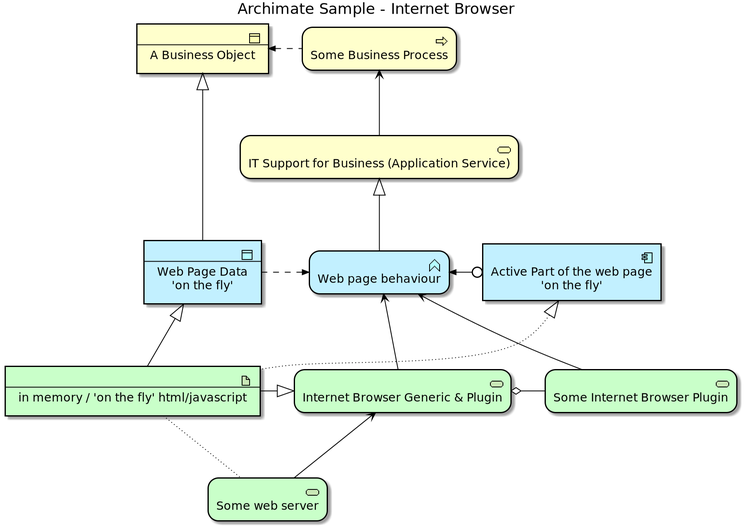
Earlier version of the PlantUML export images/Archimate Sample - Internet Browser.png (plantuml-stdlib/Archimate-PlantUML). The source it was exported from:
```plantuml
@startuml


skinparam defaultTextAlignment center
skinparam wrapWidth 400
skinparam maxMessageSize 150
skinparam StereotypeAlignment right

skinparam Arrow {
    Color #000000
    FontColor #000000
    FontSize 12
}
skinparam Folder<<grouping>> {
    Shadowing true
    StereotypeFontSize 0
    FontColor #444444
    BorderColor #444444
    BorderStyle dashed
}
skinparam Folder<<group>> {
    Shadowing true
    StereotypeFontSize 0
    FontColor #444444
    BackgroundColor lightgrey
}
skinparam rectangle<<boundary>> {
    Shadowing false
    StereotypeFontSize 0
    FontColor #444444
    BorderColor #444444
    BorderStyle dashed
}
skinparam node {
  StereotypeAlignment right
}
skinparam cloud {
  StereotypeAlignment right
}
skinparam frame {
  StereotypeAlignment right
}
skinparam archimate {
  StereotypeAlignment right
  RoundCorner<<strategy-capability>> 25
  RoundCorner<<strategy-course-of-action>> 25
  RoundCorner<<strategy-value-stream>> 25
  RoundCorner<<business-process>> 25
  RoundCorner<<business-event>> 25
  RoundCorner<<business-function>> 25
  RoundCorner<<business-interaction>> 25
  RoundCorner<<business-event>> 25
  RoundCorner<<business-service>> 25
  RoundCorner<<application-function>> 25
  RoundCorner<<application-interaction>> 25
  RoundCorner<<application-process>> 25
  RoundCorner<<application-event>> 25
  RoundCorner<<application-service>> 25
  RoundCorner<<technology-function>> 25
  RoundCorner<<technology-process>> 25
  RoundCorner<<technology-interaction>> 25
  RoundCorner<<technology-event>> 25
  RoundCorner<<technology-infra-service>> 25
  RoundCorner<<implementation-workpackage>> 25
  RoundCorner<<implementation-event>> 25
  DiagonalCorner<<motivation-stakeholder>> 12
  DiagonalCorner<<motivation-driver>> 12
  DiagonalCorner<<motivation-assessment>> 12
  DiagonalCorner<<motivation-goal>> 12
  DiagonalCorner<<motivation-outcome>> 12
  DiagonalCorner<<motivation-principle>> 12
  DiagonalCorner<<motivation-requirement>> 12
  DiagonalCorner<<motivation-constraint>> 12
}
skinparam usecase {
  BorderColor #000000
}





























title Archimate Sample - Internet Browser


archimate #BUSINESS "----\n A Business Object" <<business-object>> as businessObject
archimate #BUSINESS "Some Business Process" <<business-process>> as someBusinessProcess
archimate #BUSINESS "IT Support for Business (Application Service)" <<business-service>> as itSupportService

archimate #APPLICATION "----\n Web Page Data \n 'on the fly'" <<application-data-object>> as dataObject
archimate #APPLICATION "Web page behaviour" <<application-function>> as webpageBehaviour
archimate #APPLICATION "Active Part of the web page \n 'on the fly'" <<application-component>> as ActivePartWebPage

archimate #TECHNOLOGY "----\n in memory / 'on the fly' html/javascript" <<technology-artifact>> as inMemoryItem
archimate #TECHNOLOGY "Internet Browser Generic & Plugin" <<technology-infra-service>> as internetBrowser
archimate #TECHNOLOGY "Some Internet Browser Plugin" <<technology-infra-service>> as internetBrowserPlugin
archimate #TECHNOLOGY "Some web server" <<technology-infra-service>> as webServer

someBusinessProcess .LEFT.>> businessObject : ""
itSupportService -UP-> someBusinessProcess : ""
webpageBehaviour -UP-|> itSupportService : ""
dataObject .RIGHT.>> webpageBehaviour : ""
dataObject -UP-|> businessObject : ""
ActivePartWebPage 0-LEFT->> webpageBehaviour : ""
inMemoryItem -UP-|> dataObject : ""
inMemoryItem ~UP~|> ActivePartWebPage : ""
inMemoryItem -RIGHT-|> internetBrowser : ""
internetBrowser -UP-> webpageBehaviour : ""
internetBrowserPlugin -UP-> webpageBehaviour : ""
internetBrowser o-RIGHT- internetBrowserPlugin : ""
webServer ~UP~ inMemoryItem : ""
webServer -UP-> internetBrowser : ""

@enduml
```
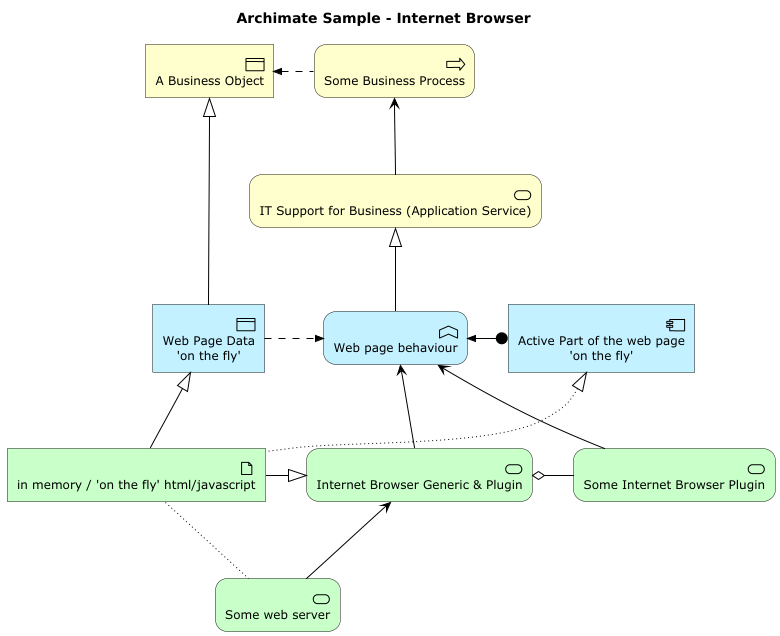
The same file after the commit.

Diff of the diagram source:
```diff
@@ -1,138 +1,35 @@
-@startuml
-
-
-skinparam defaultTextAlignment center
-skinparam wrapWidth 400
-skinparam maxMessageSize 150
-skinparam StereotypeAlignment right
-
-skinparam Arrow {
-    Color #000000
-    FontColor #000000
-    FontSize 12
-}
-skinparam Folder<<grouping>> {
-    Shadowing true
-    StereotypeFontSize 0
-    FontColor #444444
-    BorderColor #444444
-    BorderStyle dashed
-}
-skinparam Folder<<group>> {
-    Shadowing true
-    StereotypeFontSize 0
-    FontColor #444444
-    BackgroundColor lightgrey
-}
-skinparam rectangle<<boundary>> {
-    Shadowing false
-    StereotypeFontSize 0
-    FontColor #444444
-    BorderColor #444444
-    BorderStyle dashed
-}
-skinparam node {
-  StereotypeAlignment right
-}
-skinparam cloud {
-  StereotypeAlignment right
-}
-skinparam frame {
-  StereotypeAlignment right
-}
-skinparam archimate {
-  StereotypeAlignment right
-  RoundCorner<<strategy-capability>> 25
-  RoundCorner<<strategy-course-of-action>> 25
-  RoundCorner<<strategy-value-stream>> 25
-  RoundCorner<<business-process>> 25
-  RoundCorner<<business-event>> 25
-  RoundCorner<<business-function>> 25
-  RoundCorner<<business-interaction>> 25
-  RoundCorner<<business-event>> 25
-  RoundCorner<<business-service>> 25
-  RoundCorner<<application-function>> 25
-  RoundCorner<<application-interaction>> 25
-  RoundCorner<<application-process>> 25
-  RoundCorner<<application-event>> 25
-  RoundCorner<<application-service>> 25
-  RoundCorner<<technology-function>> 25
-  RoundCorner<<technology-process>> 25
-  RoundCorner<<technology-interaction>> 25
-  RoundCorner<<technology-event>> 25
-  RoundCorner<<technology-infra-service>> 25
-  RoundCorner<<implementation-workpackage>> 25
-  RoundCorner<<implementation-event>> 25
-  DiagonalCorner<<motivation-stakeholder>> 12
-  DiagonalCorner<<motivation-driver>> 12
-  DiagonalCorner<<motivation-assessment>> 12
-  DiagonalCorner<<motivation-goal>> 12
-  DiagonalCorner<<motivation-outcome>> 12
-  DiagonalCorner<<motivation-principle>> 12
-  DiagonalCorner<<motivation-requirement>> 12
-  DiagonalCorner<<motivation-constraint>> 12
-}
-skinparam usecase {
-  BorderColor #000000
-}
-
-
-
-
-
-
-
-
-
-
-
-
-
-
-
-
-
-
-
-
-
-
-
-
-
-
-
-
+@startuml Internet Browser Sample
+!include ../Archimate.puml
 
 title Archimate Sample - Internet Browser
 
 
-archimate #BUSINESS "----\n A Business Object" <<business-object>> as businessObject
-archimate #BUSINESS "Some Business Process" <<business-process>> as someBusinessProcess
-archimate #BUSINESS "IT Support for Business (Application Service)" <<business-service>> as itSupportService
+Business_Object(businessObject, "A Business Object")
+Business_Process(someBusinessProcess,"Some Business Process")
+Business_Service(itSupportService, "IT Support for Business (Application Service)")
 
-archimate #APPLICATION "----\n Web Page Data \n 'on the fly'" <<application-data-object>> as dataObject
-archimate #APPLICATION "Web page behaviour" <<application-function>> as webpageBehaviour
-archimate #APPLICATION "Active Part of the web page \n 'on the fly'" <<application-component>> as ActivePartWebPage
+Application_DataObject(DataObject, "Web Page Data%n()'on the fly'")
+Application_Function(webpageBehaviour, "Web page behaviour")
+Application_Component(ActivePartWebPage, "Active Part of the web page%n()'on the fly'")
 
-archimate #TECHNOLOGY "----\n in memory / 'on the fly' html/javascript" <<technology-artifact>> as inMemoryItem
-archimate #TECHNOLOGY "Internet Browser Generic & Plugin" <<technology-infra-service>> as internetBrowser
-archimate #TECHNOLOGY "Some Internet Browser Plugin" <<technology-infra-service>> as internetBrowserPlugin
-archimate #TECHNOLOGY "Some web server" <<technology-infra-service>> as webServer
+Technology_Artifact(inMemoryItem,"in memory / 'on the fly' html/javascript")
+Technology_Service(internetBrowser, "Internet Browser Generic & Plugin")
+Technology_Service(internetBrowserPlugin, "Some Internet Browser Plugin")
+Technology_Service(webServer, "Some web server")
 
-someBusinessProcess .LEFT.>> businessObject : ""
-itSupportService -UP-> someBusinessProcess : ""
-webpageBehaviour -UP-|> itSupportService : ""
-dataObject .RIGHT.>> webpageBehaviour : ""
-dataObject -UP-|> businessObject : ""
-ActivePartWebPage 0-LEFT->> webpageBehaviour : ""
-inMemoryItem -UP-|> dataObject : ""
-inMemoryItem ~UP~|> ActivePartWebPage : ""
-inMemoryItem -RIGHT-|> internetBrowser : ""
-internetBrowser -UP-> webpageBehaviour : ""
-internetBrowserPlugin -UP-> webpageBehaviour : ""
-internetBrowser o-RIGHT- internetBrowserPlugin : ""
-webServer ~UP~ inMemoryItem : ""
-webServer -UP-> internetBrowser : ""
+Rel_Flow_Left(someBusinessProcess, businessObject, "")
+Rel_Serving_Up(itSupportService, someBusinessProcess, "")
+Rel_Specialization_Up(webpageBehaviour, itSupportService, "")
+Rel_Flow_Right(DataObject, webpageBehaviour, "")
+Rel_Specialization_Up(DataObject, businessObject, "")
+Rel_Assignment_Left(ActivePartWebPage, webpageBehaviour, "")
+Rel_Specialization_Up(inMemoryItem, DataObject, "")
+Rel_Realization_Up(inMemoryItem, ActivePartWebPage, "")
+Rel_Specialization_Right(inMemoryItem,internetBrowser, "")
+Rel_Serving_Up(internetBrowser, webpageBehaviour, "")
+Rel_Serving_Up(internetBrowserPlugin, webpageBehaviour, "")
+Rel_Aggregation_Right(internetBrowser, internetBrowserPlugin, "")
+Rel_Access_Up(webServer, inMemoryItem, "")
+Rel_Serving_Up(webServer, internetBrowser, "")
 
 @enduml
```
